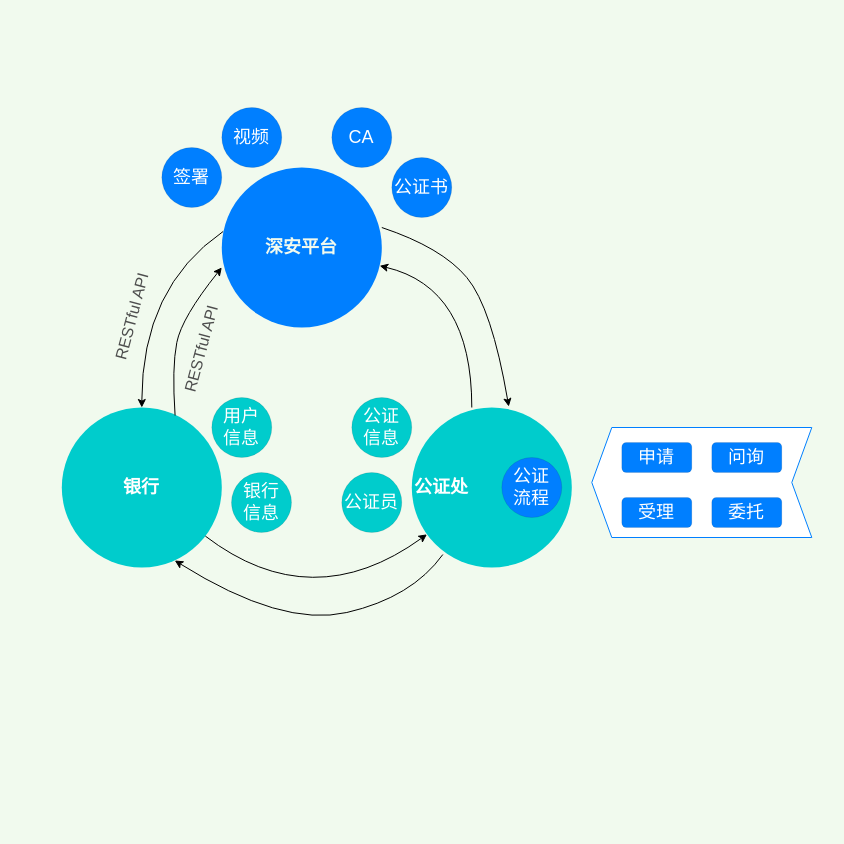
wuyongfeng/wuyongfeng keeps this draw.io diagram as page "赋强创新思路" (2 of 2) of 赋强创新思路.drawio. Above is the earlier version. Source tidied: cells renumbered, new cells numbered last; positions are measured from the earlier drawing's top-left corner, leaving out a move shared by most shapes. Both pictures are drawn from the tidied source at 100%, with x=0, y=0 at pixel (51, 107).
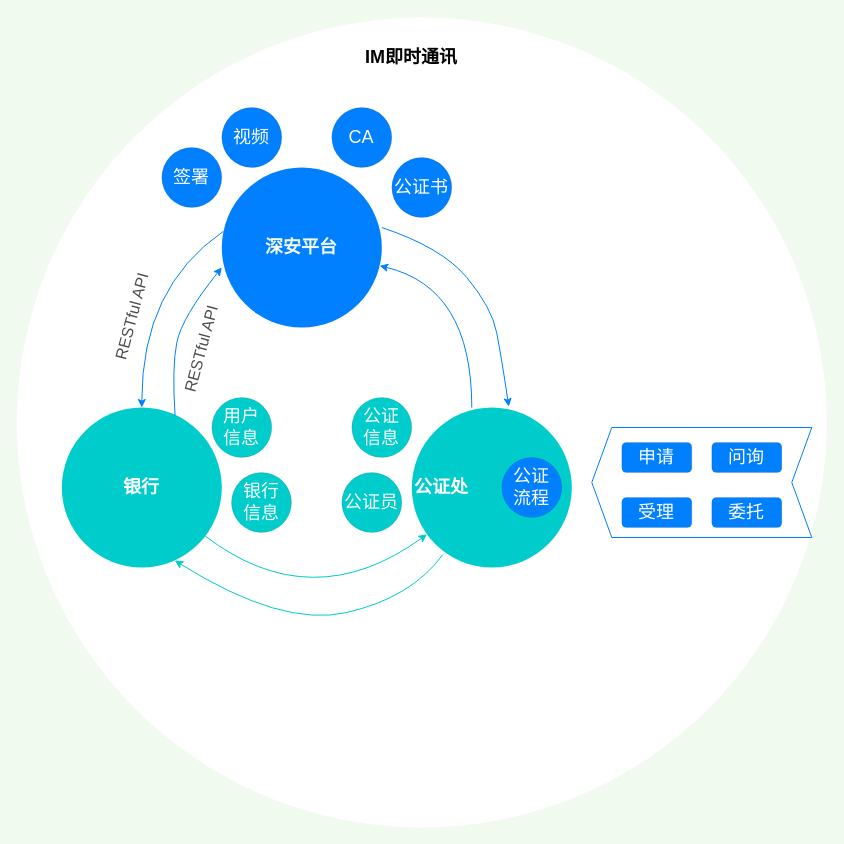
After the change.

The change refers to these unchanged cells:
```xml
<mxCell id="2" style="ellipse;whiteSpace=wrap;html=1;fillColor=#00CCCC;fontColor=#FFFFFF;strokeColor=none;fontStyle=1;fontSize=18;" parent="1" vertex="1">
  <mxGeometry x="360.3" y="300" width="160" height="160" as="geometry" />
</mxCell>
<mxCell id="3" value="深安平台" style="ellipse;whiteSpace=wrap;html=1;fillColor=#007FFF;fontColor=#F1FAEE;strokeColor=none;fontStyle=1;fontSize=18;" parent="1" vertex="1">
  <mxGeometry x="170.3" y="60" width="160" height="160" as="geometry" />
</mxCell>
<mxCell id="4" value="银行" style="ellipse;whiteSpace=wrap;html=1;fillColor=#00CCCC;fontColor=#FFFFFF;strokeColor=none;fontStyle=1;fontSize=18;strokeWidth=0;gradientColor=none;shadow=0;sketch=0;" parent="1" vertex="1">
  <mxGeometry x="10.3" y="300" width="160" height="160" as="geometry" />
</mxCell>
```

Change to the diagram source:
```diff
@@
+    <mxCell id="28" style="ellipse;whiteSpace=wrap;html=1;shadow=0;labelBackgroundColor=none;sketch=0;fontSize=18;strokeWidth=1;strokeColor=none;" parent="1" vertex="1">
+      <mxGeometry x="-34.7" y="-90" width="810" height="810" as="geometry" />
+    </mxCell>
@@
-    <mxCell id="5" style="curved=1;endArrow=classic;html=1;fontSize=18;fontColor=#FFFFFF;entryX=0.5;entryY=0;entryDx=0;entryDy=0;exitX=0.008;exitY=0.4;exitDx=0;exitDy=0;exitPerimeter=0;" parent="1" edge="1" source="3" target="4">
+    <mxCell id="5" style="curved=1;endArrow=classic;html=1;fontSize=18;fontColor=#FFFFFF;entryX=0.5;entryY=0;entryDx=0;entryDy=0;exitX=0.008;exitY=0.4;exitDx=0;exitDy=0;exitPerimeter=0;strokeColor=#007FFF;" parent="1" edge="1" source="3" target="4">
       <mxGeometry relative="1" as="geometry">
         <Array as="points">
           <mxPoint x="90.3" y="180" />
         </Array>
       </mxGeometry>
     </mxCell>
-    <mxCell id="6" style="curved=1;endArrow=classic;html=1;fontSize=18;fontColor=#FFFFFF;entryX=0;entryY=0.625;entryDx=0;entryDy=0;entryPerimeter=0;exitX=0.708;exitY=0.05;exitDx=0;exitDy=0;exitPerimeter=0;" parent="1" edge="1" source="4" target="3">
+    <mxCell id="6" style="curved=1;endArrow=classic;html=1;fontSize=18;fontColor=#FFFFFF;entryX=0;entryY=0.625;entryDx=0;entryDy=0;entryPerimeter=0;exitX=0.708;exitY=0.05;exitDx=0;exitDy=0;exitPerimeter=0;strokeColor=#007FFF;" parent="1" edge="1" source="4" target="3">
       <mxGeometry relative="1" as="geometry">
         <Array as="points">
           <mxPoint x="120.3" y="260" />
           <mxPoint x="130.3" y="210" />
         </Array>
       </mxGeometry>
     </mxCell>
@@
-    <mxCell id="11" style="curved=1;endArrow=classic;html=1;fontFamily=Helvetica;fontSize=18;fontColor=#FFFFFF;align=center;strokeColor=default;" parent="1" edge="1" source="4" target="2">
+    <mxCell id="11" style="curved=1;endArrow=classic;html=1;fontFamily=Helvetica;fontSize=18;fontColor=#FFFFFF;align=center;strokeColor=#00CCCC;" parent="1" edge="1" source="4" target="2">
       <mxGeometry relative="1" as="geometry">
         <Array as="points">
           <mxPoint x="260.3" y="510" />
         </Array>
       </mxGeometry>
     </mxCell>
-    <mxCell id="12" style="curved=1;endArrow=classic;html=1;fontSize=18;fontColor=#FFFFFF;entryX=0.706;entryY=0.956;entryDx=0;entryDy=0;entryPerimeter=0;exitX=0.194;exitY=0.919;exitDx=0;exitDy=0;exitPerimeter=0;" parent="1" edge="1" source="2" target="4">
+    <mxCell id="12" style="curved=1;endArrow=classic;html=1;fontSize=18;fontColor=#FFFFFF;entryX=0.706;entryY=0.956;entryDx=0;entryDy=0;entryPerimeter=0;exitX=0.194;exitY=0.919;exitDx=0;exitDy=0;exitPerimeter=0;strokeColor=#00CCCC;" parent="1" edge="1" source="2" target="4">
       <mxGeometry relative="1" as="geometry">
         <Array as="points">
           <mxPoint x="360.3" y="490" />
           <mxPoint x="230.3" y="520" />
         </Array>
       </mxGeometry>
     </mxCell>
-    <mxCell id="13" style="curved=1;endArrow=classic;html=1;fontSize=18;fontColor=#FFFFFF;" parent="1" edge="1" target="3">
+    <mxCell id="13" style="curved=1;endArrow=classic;html=1;fontSize=18;fontColor=#FFFFFF;strokeColor=#007FFF;" parent="1" edge="1" target="3">
       <mxGeometry relative="1" as="geometry">
         <mxPoint x="420.3" y="300" as="sourcePoint" />
         <Array as="points">
           <mxPoint x="420.3" y="180" />
         </Array>
       </mxGeometry>
     </mxCell>
-    <mxCell id="14" style="curved=1;endArrow=classic;html=1;fontSize=18;fontColor=#FFFFFF;exitX=1;exitY=0.375;exitDx=0;exitDy=0;exitPerimeter=0;entryX=0.606;entryY=-0.006;entryDx=0;entryDy=0;entryPerimeter=0;" parent="1" edge="1" source="3" target="2">
+    <mxCell id="14" style="curved=1;endArrow=classic;html=1;fontSize=18;fontColor=#FFFFFF;exitX=1;exitY=0.375;exitDx=0;exitDy=0;exitPerimeter=0;entryX=0.606;entryY=-0.006;entryDx=0;entryDy=0;entryPerimeter=0;strokeColor=#007FFF;" parent="1" edge="1" source="3" target="2">
       <mxGeometry relative="1" as="geometry">
         <Array as="points">
           <mxPoint x="390.3" y="140" />
           <mxPoint x="440.3" y="200" />
+          <mxPoint x="450" y="250" />
         </Array>
       </mxGeometry>
     </mxCell>
@@
+    <mxCell id="29" value="IM即时通讯" style="text;html=1;strokeColor=none;fillColor=none;align=center;verticalAlign=middle;whiteSpace=wrap;rounded=0;shadow=0;labelBackgroundColor=none;sketch=0;fontSize=18;fontColor=#000000;fontStyle=1;" parent="1" vertex="1">
+      <mxGeometry x="310" y="-70" width="100" height="40" as="geometry" />
+    </mxCell>
```
